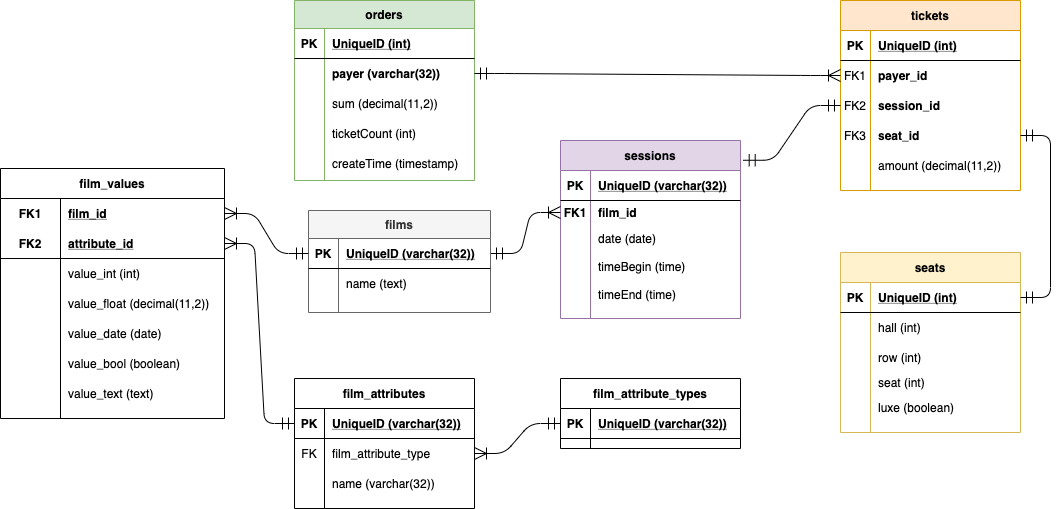
This is DatabaseLogic.png from otusteamedu/PHP_2024, a draw.io export, as it was before one commit. Source tidied: cells renumbered, new cells last; positions are measured from the earlier drawing's top-left corner, leaving out a move shared by most shapes.
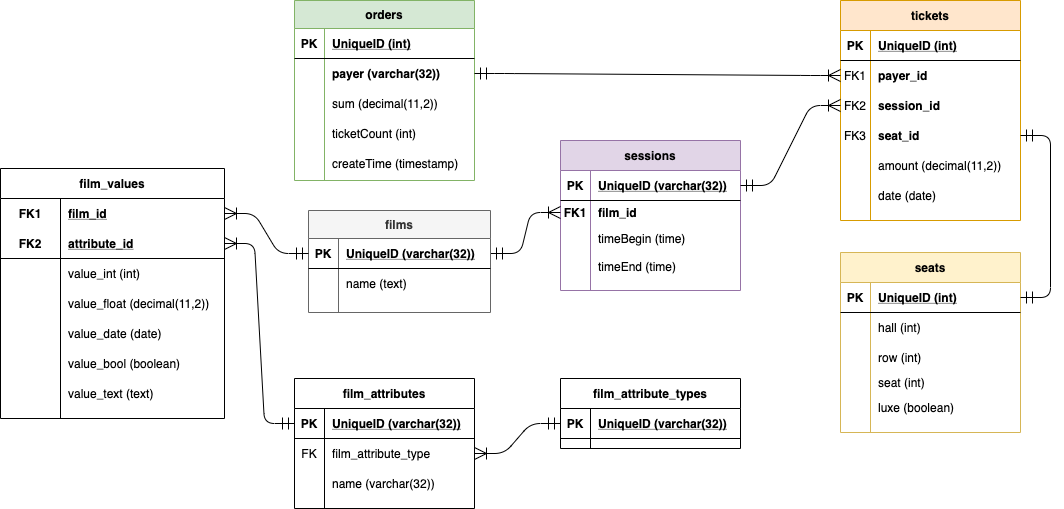
After the commit.

Change to the diagram source:
```diff
@@ -99,7 +99,7 @@
       <mxGeometry x="30" width="150" height="30" as="geometry" />
     </mxCell>
     <mxCell id="34" value="sessions" style="shape=table;startSize=30;rowLines=0;fontStyle=1;align=center;shadow=0;fillColor=#e1d5e7;strokeColor=#9673a6;" parent="1" vertex="1">
-      <mxGeometry x="560" y="140" width="180" height="178" as="geometry" />
+      <mxGeometry x="560" y="140" width="180" height="150" as="geometry" />
     </mxCell>
     <mxCell id="35" style="shape=partialRectangle;fillColor=none;top=0;left=0;bottom=1;right=0;points=[[0,0.5],[1,0.5]];portConstraint=eastwest;" parent="34" vertex="1">
       <mxGeometry y="30" width="180" height="30" as="geometry" />
@@ -119,17 +119,8 @@
     <mxCell id="40" value="film_id" style="shape=partialRectangle;fillColor=none;top=0;left=0;bottom=0;right=0;align=left;spacingLeft=6;overflow=hidden;fontStyle=1;" parent="38" vertex="1">
       <mxGeometry x="30" width="150" height="24" as="geometry" />
     </mxCell>
-    <mxCell id="41" style="shape=partialRectangle;fillColor=none;top=0;left=0;bottom=0;right=0;" parent="34" vertex="1">
-      <mxGeometry y="84" width="180" height="28" as="geometry" />
-    </mxCell>
-    <mxCell id="42" style="shape=partialRectangle;fillColor=none;top=0;left=0;bottom=0;right=0;overflow=hidden;" parent="41" vertex="1">
-      <mxGeometry width="30" height="28" as="geometry" />
-    </mxCell>
-    <mxCell id="43" value="date (date)" style="shape=partialRectangle;fillColor=none;top=0;left=0;bottom=0;right=0;align=left;spacingLeft=6;overflow=hidden;" parent="41" vertex="1">
-      <mxGeometry x="30" width="150" height="28" as="geometry" />
-    </mxCell>
     <mxCell id="44" style="shape=partialRectangle;fillColor=none;top=0;left=0;bottom=0;right=0;" parent="34" vertex="1">
-      <mxGeometry y="112" width="180" height="28" as="geometry" />
+      <mxGeometry y="84" width="180" height="28" as="geometry" />
     </mxCell>
     <mxCell id="45" style="shape=partialRectangle;fillColor=none;top=0;left=0;bottom=0;right=0;overflow=hidden;" parent="44" vertex="1">
       <mxGeometry width="30" height="28" as="geometry" />
@@ -138,7 +129,7 @@
       <mxGeometry x="30" width="150" height="28" as="geometry" />
     </mxCell>
     <mxCell id="47" style="shape=partialRectangle;fillColor=none;top=0;left=0;bottom=0;right=0;" parent="34" vertex="1">
-      <mxGeometry y="140" width="180" height="28" as="geometry" />
+      <mxGeometry y="112" width="180" height="28" as="geometry" />
     </mxCell>
     <mxCell id="48" style="shape=partialRectangle;fillColor=none;top=0;left=0;bottom=0;right=0;overflow=hidden;" parent="47" vertex="1">
       <mxGeometry width="30" height="28" as="geometry" />
@@ -147,7 +138,7 @@
       <mxGeometry x="30" width="150" height="28" as="geometry" />
     </mxCell>
     <mxCell id="50" value="tickets" style="shape=table;startSize=30;rowLines=0;fontStyle=1;align=center;shadow=0;fillColor=#ffe6cc;strokeColor=#d79b00;" parent="1" vertex="1">
-      <mxGeometry x="840" width="180" height="190" as="geometry" />
+      <mxGeometry x="840" width="180" height="220" as="geometry" />
     </mxCell>
     <mxCell id="51" style="shape=partialRectangle;fillColor=none;top=0;left=0;bottom=1;right=0;" parent="50" vertex="1">
       <mxGeometry y="30" width="180" height="30" as="geometry" />
@@ -194,10 +185,19 @@
     <mxCell id="65" value="amount (decimal(11,2))" style="shape=partialRectangle;fillColor=none;top=0;left=0;bottom=0;right=0;align=left;spacingLeft=6;overflow=hidden;" parent="63" vertex="1">
       <mxGeometry x="30" width="150" height="30" as="geometry" />
     </mxCell>
+    <mxCell id="116" style="shape=partialRectangle;fillColor=none;top=0;left=0;bottom=0;right=0;" parent="50" vertex="1">
+      <mxGeometry y="180" width="180" height="30" as="geometry" />
+    </mxCell>
+    <mxCell id="117" style="shape=partialRectangle;fillColor=none;top=0;left=0;bottom=0;right=0;overflow=hidden;" parent="116" vertex="1">
+      <mxGeometry width="30" height="30" as="geometry" />
+    </mxCell>
+    <mxCell id="43" value="date (date)" style="shape=partialRectangle;fillColor=none;top=0;left=0;bottom=0;right=0;align=left;spacingLeft=6;overflow=hidden;" parent="116" vertex="1">
+      <mxGeometry x="30" width="150" height="30" as="geometry" />
+    </mxCell>
     <mxCell id="66" style="edgeStyle=entityRelationEdgeStyle;fontSize=12;html=1;endArrow=ERmandOne;startArrow=ERmandOne;exitX=1;exitY=0.5;exitDx=0;exitDy=0;endSize=10;startSize=10;" parent="1" edge="1" source="19" target="60">
       <mxGeometry relative="1" as="geometry" />
     </mxCell>
-    <mxCell id="67" style="edgeStyle=entityRelationEdgeStyle;fontSize=12;html=1;endArrow=ERmandOne;startArrow=ERmandOne;exitX=1.015;exitY=0.111;exitDx=0;exitDy=0;entryX=0;entryY=0.5;entryDx=0;entryDy=0;endSize=10;startSize=10;exitPerimeter=0;" parent="1" edge="1" source="34" target="57">
+    <mxCell id="67" style="edgeStyle=entityRelationEdgeStyle;fontSize=12;html=1;endArrow=ERoneToMany;startArrow=ERmandOne;exitX=1;exitY=0.5;exitDx=0;exitDy=0;entryX=0;entryY=0.5;entryDx=0;entryDy=0;endSize=10;startSize=10;endFill=0;" parent="1" edge="1" source="35" target="57">
       <mxGeometry relative="1" as="geometry" />
     </mxCell>
     <mxCell id="68" style="edgeStyle=entityRelationEdgeStyle;fontSize=12;html=1;endArrow=ERmandOne;startArrow=ERoneToMany;endSize=10;startSize=10;startFill=0;exitX=0;exitY=0.5;exitDx=0;exitDy=0;entryX=1;entryY=0.5;entryDx=0;entryDy=0;" parent="1" edge="1" source="38" target="71">
```
